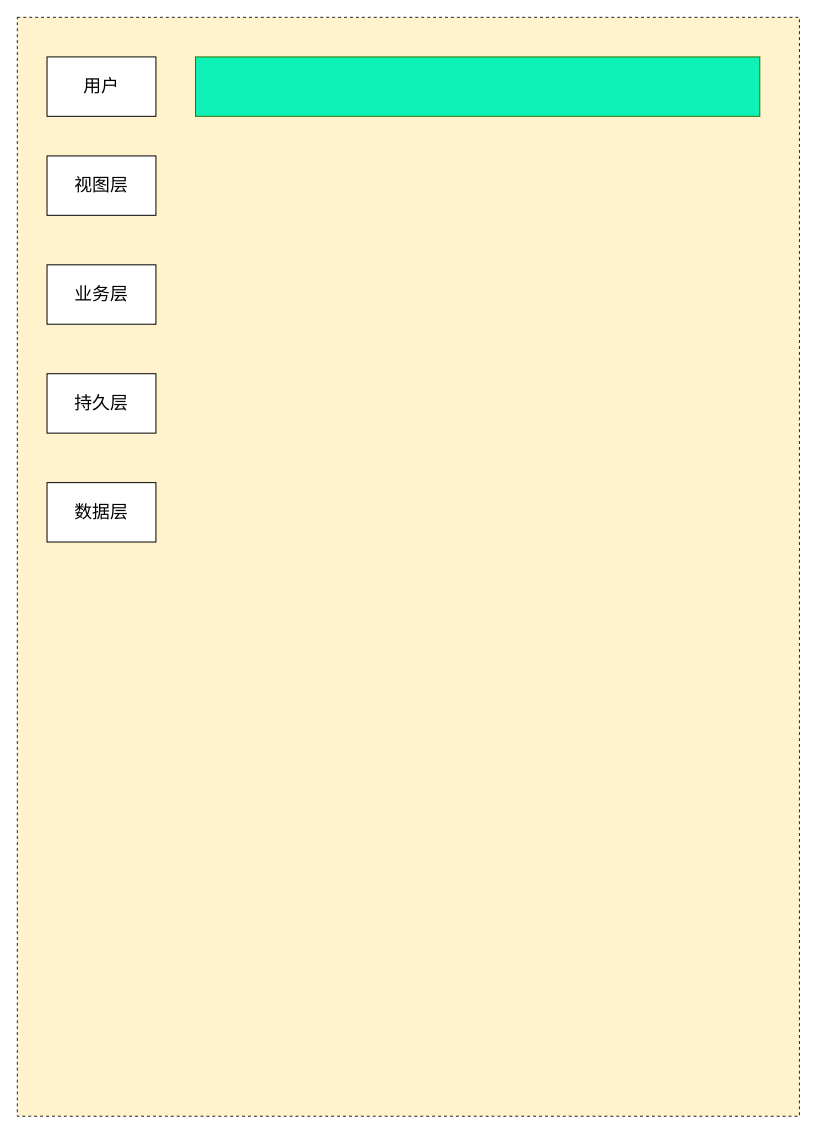
Above: vue/blog/blog-client/2.drawio in ya0920/fullstack-ai (draw.io), before the change. Source tidied: cells renumbered, new cells numbered last; positions are measured from the earlier drawing's top-left corner, leaving out a move shared by most shapes. Both pictures are drawn from the tidied source at 99%, with x=0, y=0 at pixel (17, 17).
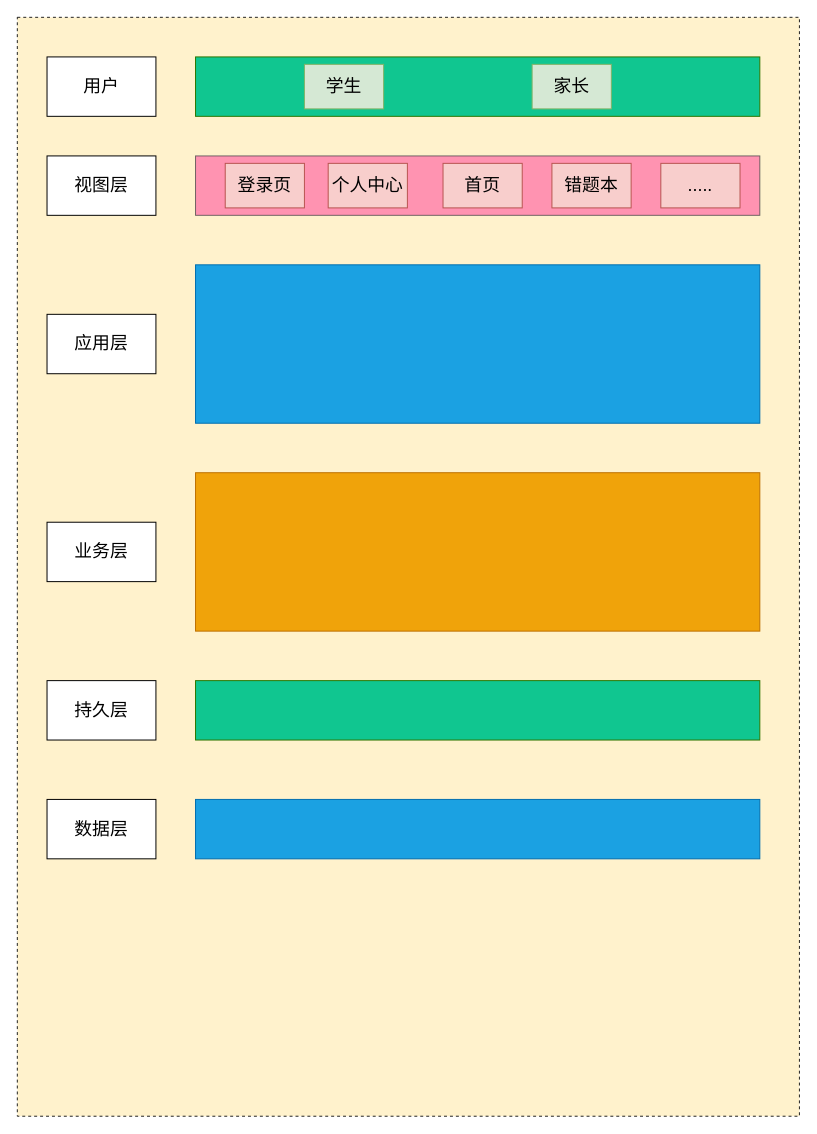
The same diagram, later.

Diff of the diagram source:
```diff
@@
     <mxCell id="5" value="业务层" style="rounded=0;whiteSpace=wrap;html=1;fontSize=18;" parent="1" vertex="1">
-      <mxGeometry x="30" y="250" width="110" height="60" as="geometry" />
+      <mxGeometry x="30" y="510" width="110" height="60" as="geometry" />
     </mxCell>
     <mxCell id="6" value="持久层" style="rounded=0;whiteSpace=wrap;html=1;fontSize=18;" parent="1" vertex="1">
-      <mxGeometry x="30" y="360" width="110" height="60" as="geometry" />
+      <mxGeometry x="30" y="670" width="110" height="60" as="geometry" />
     </mxCell>
     <mxCell id="7" value="数据层" style="rounded=0;whiteSpace=wrap;html=1;fontSize=18;" parent="1" vertex="1">
-      <mxGeometry x="30" y="470" width="110" height="60" as="geometry" />
+      <mxGeometry x="30" y="790" width="110" height="60" as="geometry" />
     </mxCell>
-    <mxCell id="8" style="rounded=0;whiteSpace=wrap;html=1;fillColor=#0FF2B7;fontColor=#ffffff;strokeColor=#2D7600;" parent="1" vertex="1">
+    <mxCell id="8" style="rounded=0;whiteSpace=wrap;html=1;fillColor=light-dark(#10c690, #007744);fontColor=#ffffff;strokeColor=#2D7600;" parent="1" vertex="1">
       <mxGeometry x="180" y="40" width="570" height="60" as="geometry" />
     </mxCell>
+    <mxCell id="9" style="rounded=0;whiteSpace=wrap;html=1;fillColor=#1ba1e2;fontColor=#ffffff;strokeColor=#006EAF;" parent="1" vertex="1">
+      <mxGeometry x="180" y="250" width="570" height="160" as="geometry" />
+    </mxCell>
+    <mxCell id="10" style="rounded=0;whiteSpace=wrap;html=1;fillColor=light-dark(#ff6ba6, #963e6a);strokeColor=#36393d;opacity=70;" parent="1" vertex="1">
+      <mxGeometry x="180" y="140" width="570" height="60" as="geometry" />
+    </mxCell>
+    <mxCell id="11" style="rounded=0;whiteSpace=wrap;html=1;fillColor=#f0a30a;strokeColor=#BD7000;fontColor=#000000;" parent="1" vertex="1">
+      <mxGeometry x="180" y="460" width="570" height="160" as="geometry" />
+    </mxCell>
+    <mxCell id="12" value="应用层" style="rounded=0;whiteSpace=wrap;html=1;fontSize=18;" parent="1" vertex="1">
+      <mxGeometry x="30" y="300" width="110" height="60" as="geometry" />
+    </mxCell>
+    <mxCell id="13" style="rounded=0;whiteSpace=wrap;html=1;fillColor=light-dark(#10c690, #007744);fontColor=#ffffff;strokeColor=#2D7600;" parent="1" vertex="1">
+      <mxGeometry x="180" y="670" width="570" height="60" as="geometry" />
+    </mxCell>
+    <mxCell id="14" style="rounded=0;whiteSpace=wrap;html=1;fillColor=#1ba1e2;fontColor=#ffffff;strokeColor=#006EAF;" parent="1" vertex="1">
+      <mxGeometry x="180" y="790" width="570" height="60" as="geometry" />
+    </mxCell>
+    <mxCell id="15" value="&lt;font style=&quot;font-size: 18px;&quot;&gt;学生&lt;/font&gt;" style="rounded=0;whiteSpace=wrap;html=1;fillColor=#d5e8d4;strokeColor=#82b366;" parent="1" vertex="1">
+      <mxGeometry x="290" y="47.5" width="80" height="45" as="geometry" />
+    </mxCell>
+    <mxCell id="16" value="&lt;font style=&quot;font-size: 18px;&quot;&gt;家长&lt;/font&gt;" style="rounded=0;whiteSpace=wrap;html=1;fillColor=#d5e8d4;strokeColor=#82b366;" parent="1" vertex="1">
+      <mxGeometry x="520" y="47.5" width="80" height="45" as="geometry" />
+    </mxCell>
+    <mxCell id="17" value="&lt;span style=&quot;font-size: 18px;&quot;&gt;登录页&lt;/span&gt;" style="rounded=0;whiteSpace=wrap;html=1;fillColor=#f8cecc;strokeColor=#b85450;" parent="1" vertex="1">
+      <mxGeometry x="210" y="147.5" width="80" height="45" as="geometry" />
+    </mxCell>
+    <mxCell id="18" value="&lt;span style=&quot;font-size: 18px;&quot;&gt;个人中心&lt;/span&gt;" style="rounded=0;whiteSpace=wrap;html=1;fillColor=#f8cecc;strokeColor=#b85450;" parent="1" vertex="1">
+      <mxGeometry x="314" y="147.5" width="80" height="45" as="geometry" />
+    </mxCell>
+    <mxCell id="19" value="&lt;span style=&quot;font-size: 18px;&quot;&gt;首页&lt;/span&gt;" style="rounded=0;whiteSpace=wrap;html=1;fillColor=#f8cecc;strokeColor=#b85450;" parent="1" vertex="1">
+      <mxGeometry x="430" y="147.5" width="80" height="45" as="geometry" />
+    </mxCell>
+    <mxCell id="20" value="&lt;span style=&quot;font-size: 18px;&quot;&gt;错题本&lt;/span&gt;" style="rounded=0;whiteSpace=wrap;html=1;fillColor=#f8cecc;strokeColor=#b85450;" parent="1" vertex="1">
+      <mxGeometry x="540" y="147.5" width="80" height="45" as="geometry" />
+    </mxCell>
+    <mxCell id="21" value="&lt;div style=&quot;text-align: justify;&quot;&gt;&lt;span style=&quot;font-size: 18px; background-color: transparent;&quot;&gt;.....&lt;/span&gt;&lt;/div&gt;" style="rounded=0;whiteSpace=wrap;html=1;fillColor=#f8cecc;strokeColor=#b85450;align=center;" parent="1" vertex="1">
+      <mxGeometry x="650" y="147.5" width="80" height="45" as="geometry" />
+    </mxCell>
```
